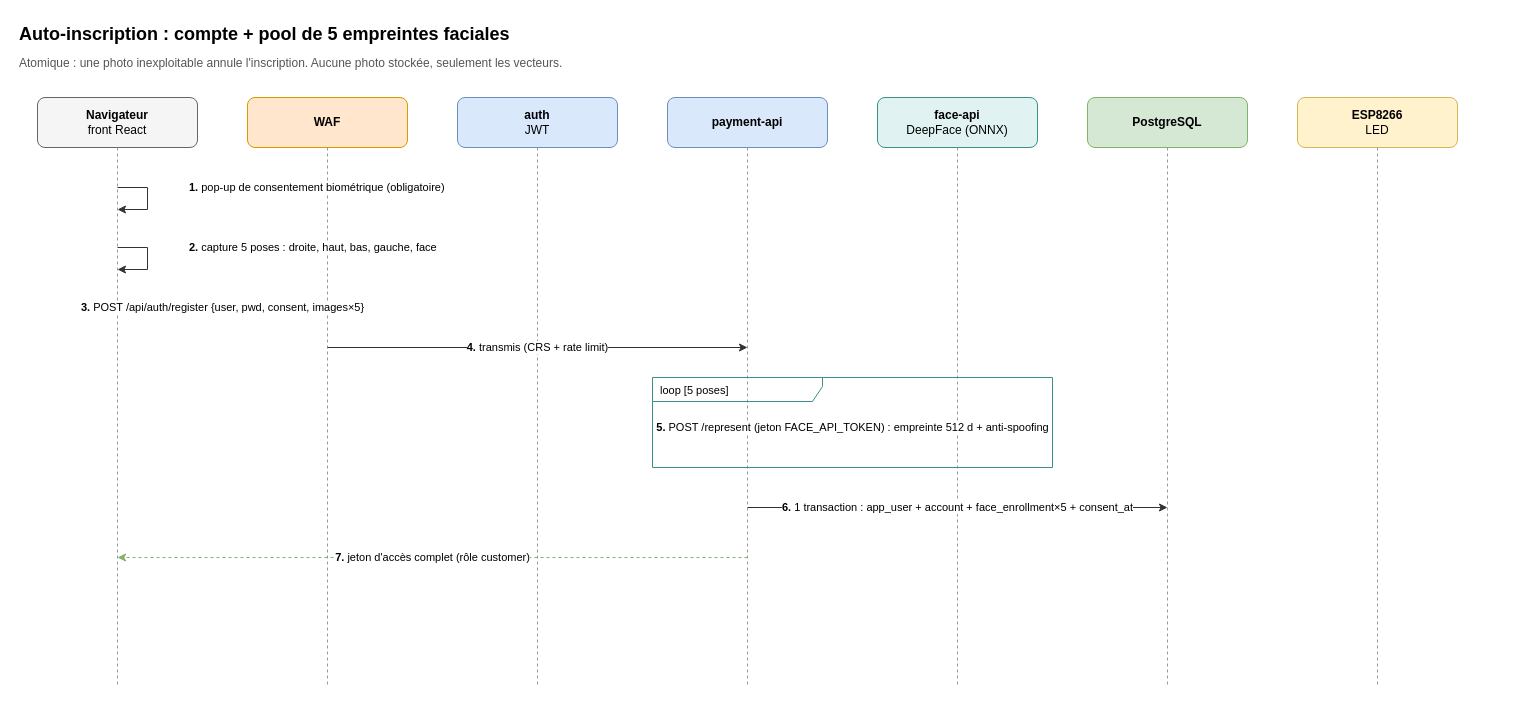
Rococo77/Workshop-26 keeps this draw.io diagram as page "Inscription" (1 of 3) of docs/diagrams/authentification.drawio. Above is the earlier version. Source tidied: cells renumbered, new cells numbered last; positions are measured from the earlier drawing's top-left corner, leaving out a move shared by most shapes. Both pictures are drawn from the tidied source at 100%, with x=0, y=0 at pixel (17, 17).
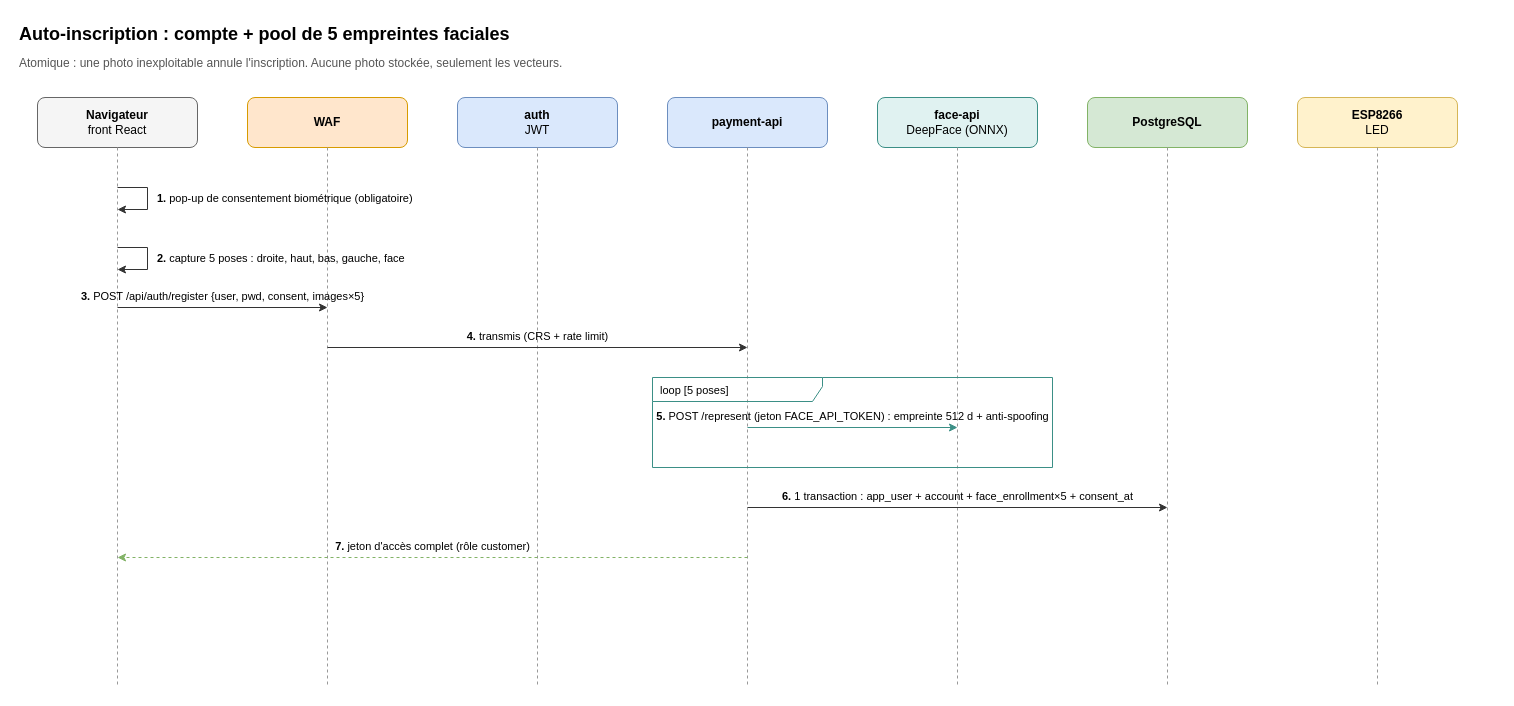
Above is the later version.

What changed in the source:
```diff
@@
-    <mxCell id="18" value="&lt;b&gt;1.&lt;/b&gt; pop-up de consentement biométrique (obligatoire)" style="html=1;fontSize=11;align=left;labelBackgroundColor=default;strokeColor=#333333;endFill=1;edgeStyle=orthogonalEdgeStyle;rounded=0;" parent="1" edge="1">
+    <mxCell id="18" style="html=1;strokeColor=#333333;endFill=1;edgeStyle=orthogonalEdgeStyle;rounded=0;" parent="1" edge="1">
       <mxGeometry relative="1" as="geometry">
         <mxPoint x="100" y="170" as="sourcePoint" />
         <mxPoint x="100" y="192" as="targetPoint" />
         <Array as="points">
           <mxPoint x="130" y="170" />
           <mxPoint x="130" y="192" />
         </Array>
-        <mxPoint x="40" y="-11" as="offset" />
       </mxGeometry>
     </mxCell>
+    <mxCell id="26" value="&lt;b&gt;1.&lt;/b&gt; pop-up de consentement biométrique (obligatoire)" style="text;html=1;whiteSpace=wrap;align=left;verticalAlign=top;fontSize=11;verticalAlign=middle;" parent="1" vertex="1">
+      <mxGeometry x="138" y="169" width="420" height="24" as="geometry" />
+    </mxCell>
+    <mxCell id="20" style="html=1;strokeColor=#333333;endFill=1;edgeStyle=orthogonalEdgeStyle;rounded=0;" parent="1" edge="1">
+      <mxGeometry relative="1" as="geometry">
+        <mxPoint x="100" y="230" as="sourcePoint" />
+        <mxPoint x="100" y="252" as="targetPoint" />
+        <Array as="points">
+          <mxPoint x="130" y="230" />
+          <mxPoint x="130" y="252" />
+        </Array>
+      </mxGeometry>
+    </mxCell>
-    <mxCell id="19" value="&lt;b&gt;2.&lt;/b&gt; capture 5 poses : droite, haut, bas, gauche, face" style="html=1;fontSize=11;align=left;labelBackgroundColor=default;strokeColor=#333333;endFill=1;edgeStyle=orthogonalEdgeStyle;rounded=0;" parent="1" edge="1">
-      <mxGeometry relative="1" as="geometry">
-        <mxPoint x="100" y="230" as="sourcePoint" />
-        <mxPoint x="100" y="252" as="targetPoint" />
-        <Array as="points">
-          <mxPoint x="130" y="230" />
-          <mxPoint x="130" y="252" />
-        </Array>
-        <mxPoint x="40" y="-11" as="offset" />
-      </mxGeometry>
+    <mxCell id="19" value="&lt;b&gt;2.&lt;/b&gt; capture 5 poses : droite, haut, bas, gauche, face" style="text;html=1;whiteSpace=wrap;align=left;verticalAlign=top;fontSize=11;verticalAlign=middle;" parent="1" vertex="1">
+      <mxGeometry x="138" y="229" width="420" height="24" as="geometry" />
     </mxCell>
-    <mxCell id="20" value="&lt;b&gt;3.&lt;/b&gt; POST /api/auth/register {user, pwd, consent, images×5}" style="html=1;fontSize=11;labelBackgroundColor=default;strokeColor=#333333;strokeWidth=1;endFill=1;" parent="1" edge="1">
-      <mxGeometry relative="1" as="geometry">
-        <mxPoint x="100" y="290" as="sourcePoint" />
-        <mxPoint x="310" y="290" as="targetPoint" />
-      </mxGeometry>
-    </mxCell>
-    <mxCell id="21" value="&lt;b&gt;4.&lt;/b&gt; transmis (CRS + rate limit)" style="html=1;fontSize=11;labelBackgroundColor=default;strokeColor=#333333;strokeWidth=1;endFill=1;" parent="1" edge="1">
-      <mxGeometry relative="1" as="geometry">
-        <mxPoint x="310" y="330" as="sourcePoint" />
-        <mxPoint x="730" y="330" as="targetPoint" />
-      </mxGeometry>
-    </mxCell>
+    <mxCell id="27" value="&lt;b&gt;3.&lt;/b&gt; POST /api/auth/register {user, pwd, consent, images×5}" style="html=1;fontSize=11;labelBackgroundColor=default;strokeColor=#333333;strokeWidth=1;endFill=1;verticalAlign=bottom;labelBackgroundColor=none;spacingBottom=2;" parent="1" edge="1">
+      <mxGeometry relative="1" as="geometry">
+        <mxPoint x="100" y="290" as="sourcePoint" />
+        <mxPoint x="310" y="290" as="targetPoint" />
+      </mxGeometry>
+    </mxCell>
+    <mxCell id="23" value="&lt;b&gt;4.&lt;/b&gt; transmis (CRS + rate limit)" style="html=1;fontSize=11;labelBackgroundColor=default;strokeColor=#333333;strokeWidth=1;endFill=1;verticalAlign=bottom;labelBackgroundColor=none;spacingBottom=2;" parent="1" edge="1">
+      <mxGeometry relative="1" as="geometry">
+        <mxPoint x="310" y="330" as="sourcePoint" />
+        <mxPoint x="730" y="330" as="targetPoint" />
+      </mxGeometry>
+    </mxCell>
@@
-    <mxCell id="23" value="&lt;b&gt;5.&lt;/b&gt; POST /represent (jeton FACE_API_TOKEN) : empreinte 512 d + anti-spoofing" style="html=1;fontSize=11;labelBackgroundColor=default;strokeColor=#3b8f86;strokeWidth=1;endFill=1;" parent="1" edge="1">
-      <mxGeometry relative="1" as="geometry">
-        <mxPoint x="730" y="410" as="sourcePoint" />
-        <mxPoint x="940" y="410" as="targetPoint" />
-      </mxGeometry>
-    </mxCell>
+    <mxCell id="25" value="&lt;b&gt;5.&lt;/b&gt; POST /represent (jeton FACE_API_TOKEN) : empreinte 512 d + anti-spoofing" style="html=1;fontSize=11;labelBackgroundColor=default;strokeColor=#3b8f86;strokeWidth=1;endFill=1;verticalAlign=bottom;labelBackgroundColor=none;spacingBottom=2;" parent="1" edge="1">
+      <mxGeometry relative="1" as="geometry">
+        <mxPoint x="730" y="410" as="sourcePoint" />
+        <mxPoint x="940" y="410" as="targetPoint" />
+      </mxGeometry>
+    </mxCell>
-    <mxCell id="24" value="&lt;b&gt;6.&lt;/b&gt; 1 transaction : app_user + account + face_enrollment×5 + consent_at" style="html=1;fontSize=11;labelBackgroundColor=default;strokeColor=#333333;strokeWidth=1;endFill=1;" parent="1" edge="1">
+    <mxCell id="24" value="&lt;b&gt;6.&lt;/b&gt; 1 transaction : app_user + account + face_enrollment×5 + consent_at" style="html=1;fontSize=11;labelBackgroundColor=default;strokeColor=#333333;strokeWidth=1;endFill=1;verticalAlign=bottom;labelBackgroundColor=none;spacingBottom=2;" parent="1" edge="1">
       <mxGeometry relative="1" as="geometry">
         <mxPoint x="730" y="490" as="sourcePoint" />
         <mxPoint x="1150" y="490" as="targetPoint" />
       </mxGeometry>
     </mxCell>
-    <mxCell id="25" value="&lt;b&gt;7.&lt;/b&gt; jeton d'accès complet (rôle customer)" style="html=1;fontSize=11;labelBackgroundColor=default;strokeColor=#82b366;strokeWidth=1;endFill=1;dashed=1;" parent="1" edge="1">
-      <mxGeometry relative="1" as="geometry">
-        <mxPoint x="730" y="540" as="sourcePoint" />
-        <mxPoint x="100" y="540" as="targetPoint" />
-      </mxGeometry>
-    </mxCell>
+    <mxCell id="28" value="&lt;b&gt;7.&lt;/b&gt; jeton d'accès complet (rôle customer)" style="html=1;fontSize=11;labelBackgroundColor=default;strokeColor=#82b366;strokeWidth=1;endFill=1;dashed=1;verticalAlign=bottom;labelBackgroundColor=none;spacingBottom=2;" parent="1" edge="1">
+      <mxGeometry relative="1" as="geometry">
+        <mxPoint x="730" y="540" as="sourcePoint" />
+        <mxPoint x="100" y="540" as="targetPoint" />
+      </mxGeometry>
+    </mxCell>
```
